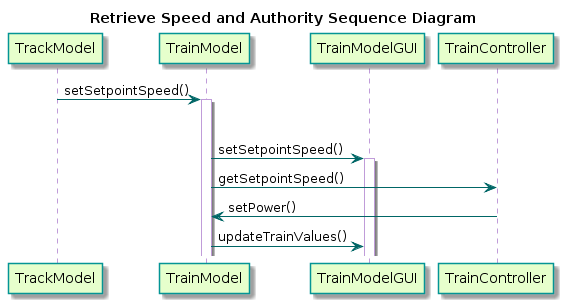
The PlantUML diagram TrainSystem/yUML/Sequence Diagrams/TrainModel/UpdateSpeedAuthoritySeqDiagram.png in kevingilboy/COE1186, before a commit.
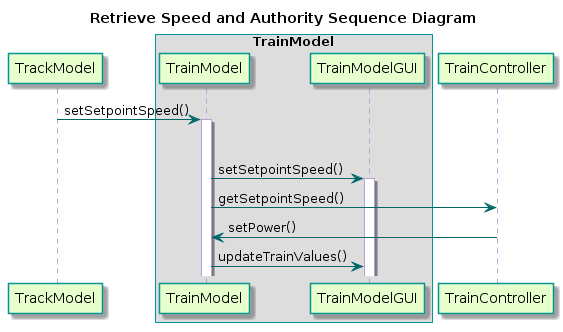
Above is the later version.

What changed in the source:
```diff
@@ -4,14 +4,18 @@
   BackgroundColor transparent
   ParticipantBackgroundColor #e6ffcc
   ParticipantBorderColor 	#049595
+  BoxBorderColor 	#049595
   PackageBorderCOlor  #049595
   ArrowColor #006666
   LifeLineBorderColor #c09cd9
 }
 
+
 participant "TrackModel" as A
+box "TrainModel"
 participant "TrainModel" as B
 participant "TrainModelGUI" as C
+end box
 participant "TrainController" as D
 
 A -> B : setSetpointSpeed()
```
